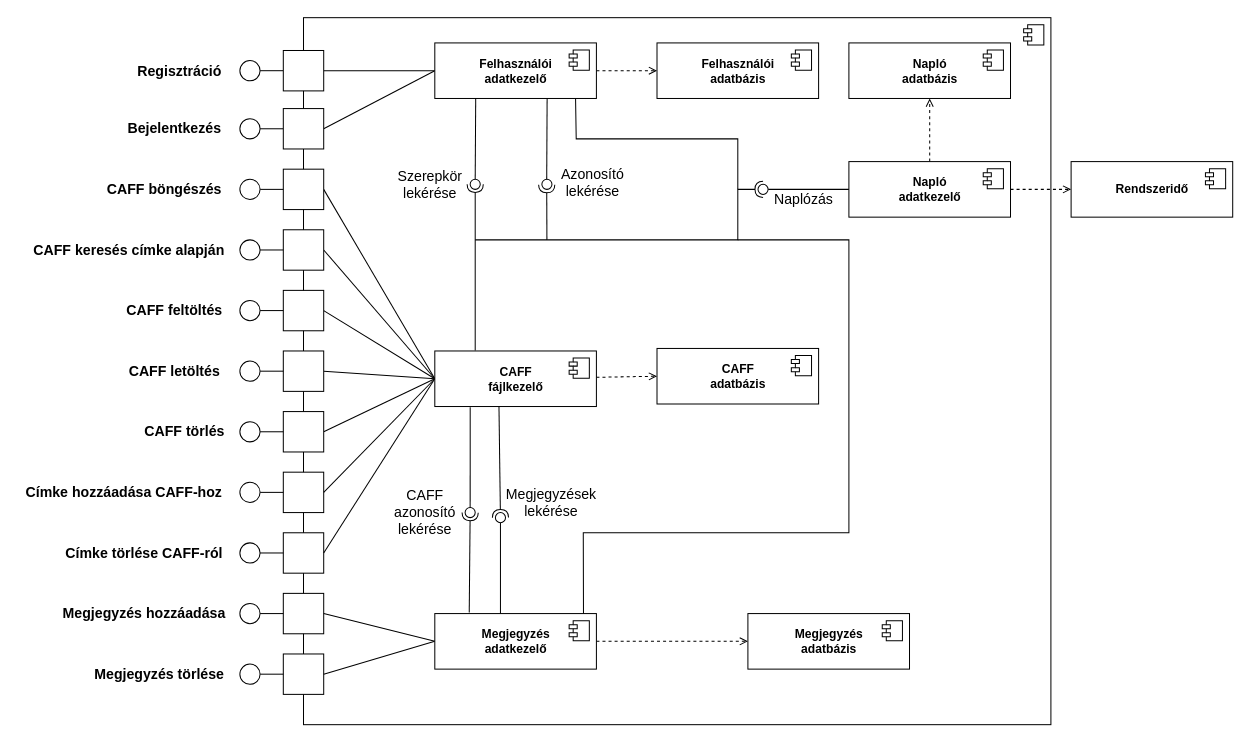
Above: doc/editable_files/component.drawio in amadehegedus/cool (draw.io), before the change. Source tidied: cells renumbered, new cells numbered last; positions are measured from the earlier drawing's top-left corner, leaving out a move shared by most shapes. Both pictures are drawn from the tidied source at 101%, with x=0, y=0 at pixel (17, 17).
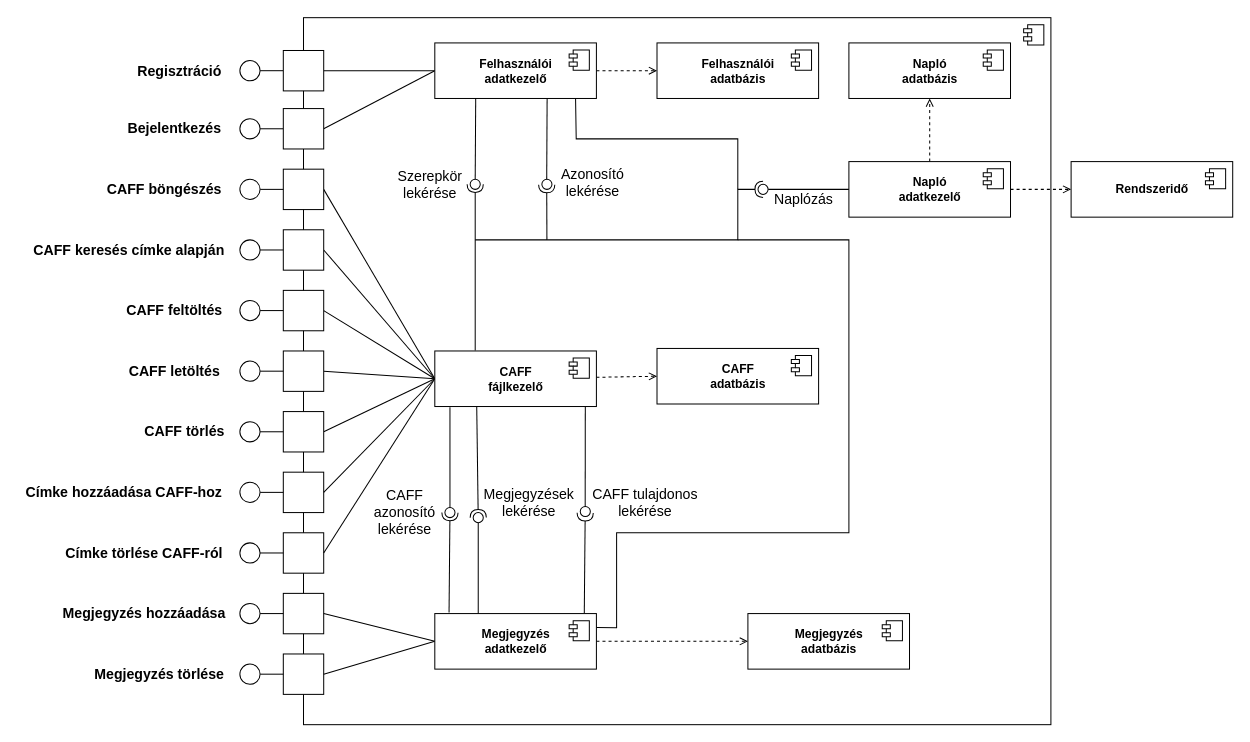
The same page after the edit.

Unchanged cells that the change refers to:
```xml
<mxCell id="75" value="&lt;b&gt;CAFF&lt;br&gt;fájlkezelő&lt;/b&gt;" style="html=1;" parent="1" vertex="1">
  <mxGeometry x="413" y="330" width="160" height="55" as="geometry" />
</mxCell>
<mxCell id="83" value="&lt;b&gt;Megjegyzés&lt;br&gt;adatkezelő&lt;/b&gt;" style="html=1;" parent="1" vertex="1">
  <mxGeometry x="413" y="590" width="160" height="55" as="geometry" />
</mxCell>
```

The edit, as a diff of the source:
```diff
@@
-    <mxCell id="82" style="edgeStyle=none;rounded=0;jettySize=auto;html=1;fontSize=14;endArrow=none;endFill=0;exitX=0.92;exitY=0.006;exitDx=0;exitDy=0;exitPerimeter=0;" parent="1" edge="1" source="83">
+    <mxCell id="82" style="edgeStyle=none;rounded=0;jettySize=auto;html=1;fontSize=14;endArrow=none;endFill=0;exitX=1;exitY=0.25;exitDx=0;exitDy=0;" parent="1" edge="1" source="83">
       <mxGeometry relative="1" as="geometry">
         <mxPoint x="713" y="220" as="targetPoint" />
         <Array as="points">
-          <mxPoint x="560" y="510" />
+          <mxPoint x="593" y="604" />
+          <mxPoint x="593" y="510" />
           <mxPoint x="823" y="510" />
           <mxPoint x="823" y="220" />
           <mxPoint x="713" y="220" />
         </Array>
       </mxGeometry>
     </mxCell>
@@
-    <mxCell id="96" style="rounded=0;jettySize=auto;html=1;endArrow=none;endFill=0;sketch=0;sourcePerimeterSpacing=0;targetPerimeterSpacing=0;fontSize=14;exitX=0.219;exitY=1.012;exitDx=0;exitDy=0;exitPerimeter=0;" parent="1" edge="1" source="75" target="98">
-      <mxGeometry relative="1" as="geometry" />
+    <mxCell id="96" style="rounded=0;orthogonalLoop=1;jettySize=auto;html=1;endArrow=none;endFill=0;sketch=0;sourcePerimeterSpacing=0;targetPerimeterSpacing=0;fontSize=14;exitX=0.219;exitY=1.012;exitDx=0;exitDy=0;exitPerimeter=0;" parent="1" edge="1">
+      <mxGeometry relative="1" as="geometry">
+        <mxPoint x="428" y="385.7" as="sourcePoint" />
+        <mxPoint x="428" y="485" as="targetPoint" />
+      </mxGeometry>
     </mxCell>
-    <mxCell id="97" style="rounded=0;jettySize=auto;html=1;endArrow=halfCircle;endFill=0;endSize=6;strokeWidth=1;sketch=0;fontSize=14;exitX=0.213;exitY=-0.018;exitDx=0;exitDy=0;exitPerimeter=0;" parent="1" edge="1" source="83">
+    <mxCell id="97" style="rounded=0;orthogonalLoop=1;jettySize=auto;html=1;endArrow=halfCircle;endFill=0;endSize=6;strokeWidth=1;sketch=0;fontSize=14;exitX=0.213;exitY=-0.018;exitDx=0;exitDy=0;exitPerimeter=0;" parent="1" edge="1">
       <mxGeometry relative="1" as="geometry">
-        <mxPoint x="448" y="490" as="targetPoint" />
+        <mxPoint x="427.1" y="589" as="sourcePoint" />
+        <mxPoint x="428" y="490" as="targetPoint" />
       </mxGeometry>
     </mxCell>
     <mxCell id="98" style="ellipse;whiteSpace=wrap;html=1;align=center;points=[];outlineConnect=0;sketch=0;fontSize=14;" parent="1" vertex="1">
-      <mxGeometry x="443" y="485" width="10" height="10" as="geometry" />
+      <mxGeometry x="423" y="485" width="10" height="10" as="geometry" />
     </mxCell>
     <mxCell id="99" value="CAFF&lt;br&gt;azonosító&lt;br&gt;lekérése" style="text;html=1;align=center;verticalAlign=middle;strokeColor=none;fillColor=none;fontSize=14;" parent="1" vertex="1">
-      <mxGeometry x="363" y="460" width="80" height="60" as="geometry" />
+      <mxGeometry x="343" y="460" width="80" height="60" as="geometry" />
     </mxCell>
-    <mxCell id="100" style="rounded=0;jettySize=auto;html=1;endArrow=none;endFill=0;sketch=0;sourcePerimeterSpacing=0;targetPerimeterSpacing=0;fontSize=14;" parent="1" edge="1" target="102">
+    <mxCell id="100" style="rounded=0;orthogonalLoop=1;jettySize=auto;html=1;endArrow=none;endFill=0;sketch=0;sourcePerimeterSpacing=0;targetPerimeterSpacing=0;fontSize=14;" parent="1" edge="1">
       <mxGeometry relative="1" as="geometry">
-        <mxPoint x="478" y="590" as="sourcePoint" />
+        <mxPoint x="456" y="590" as="sourcePoint" />
+        <mxPoint x="456" y="500" as="targetPoint" />
       </mxGeometry>
     </mxCell>
-    <mxCell id="101" style="rounded=0;jettySize=auto;html=1;endArrow=halfCircle;endFill=0;entryX=0.5;entryY=0.5;endSize=6;strokeWidth=1;sketch=0;fontSize=14;exitX=0.397;exitY=0.99;exitDx=0;exitDy=0;exitPerimeter=0;" parent="1" edge="1" source="75" target="102">
-      <mxGeometry relative="1" as="geometry" />
+    <mxCell id="101" style="rounded=0;orthogonalLoop=1;jettySize=auto;html=1;endArrow=halfCircle;endFill=0;entryX=0.5;entryY=0.5;endSize=6;strokeWidth=1;sketch=0;fontSize=14;exitX=0.397;exitY=0.99;exitDx=0;exitDy=0;exitPerimeter=0;" parent="1" edge="1">
+      <mxGeometry relative="1" as="geometry">
+        <mxPoint x="454.5" y="384.5" as="sourcePoint" />
+        <mxPoint x="456" y="495" as="targetPoint" />
+      </mxGeometry>
     </mxCell>
     <mxCell id="102" style="ellipse;whiteSpace=wrap;html=1;align=center;points=[];outlineConnect=0;sketch=0;fontSize=14;" parent="1" vertex="1">
-      <mxGeometry x="473" y="490" width="10" height="10" as="geometry" />
+      <mxGeometry x="451" y="490" width="10" height="10" as="geometry" />
     </mxCell>
     <mxCell id="103" value="Megjegyzések&lt;br&gt;lekérése" style="text;html=1;align=center;verticalAlign=middle;strokeColor=none;fillColor=none;fontSize=14;" parent="1" vertex="1">
-      <mxGeometry x="473" y="460" width="110" height="40" as="geometry" />
+      <mxGeometry x="451" y="460" width="110" height="40" as="geometry" />
     </mxCell>
@@
+    <mxCell id="106" value="CAFF tulajdonos&lt;br&gt;lekérése" style="text;html=1;align=center;verticalAlign=middle;strokeColor=none;fillColor=none;fontSize=14;" parent="1" vertex="1">
+      <mxGeometry x="561" y="460" width="120" height="40" as="geometry" />
+    </mxCell>
+    <mxCell id="107" style="rounded=0;orthogonalLoop=1;jettySize=auto;html=1;endArrow=none;endFill=0;sketch=0;sourcePerimeterSpacing=0;targetPerimeterSpacing=0;fontSize=14;exitX=0.219;exitY=1.012;exitDx=0;exitDy=0;exitPerimeter=0;" parent="1" edge="1">
+      <mxGeometry relative="1" as="geometry">
+        <mxPoint x="562" y="385" as="sourcePoint" />
+        <mxPoint x="561.9" y="484.3" as="targetPoint" />
+      </mxGeometry>
+    </mxCell>
+    <mxCell id="108" style="rounded=0;orthogonalLoop=1;jettySize=auto;html=1;endArrow=halfCircle;endFill=0;endSize=6;strokeWidth=1;sketch=0;fontSize=14;exitX=0.213;exitY=-0.018;exitDx=0;exitDy=0;exitPerimeter=0;" parent="1" edge="1">
+      <mxGeometry relative="1" as="geometry">
+        <mxPoint x="561" y="589.4" as="sourcePoint" />
+        <mxPoint x="561.9" y="490.3" as="targetPoint" />
+      </mxGeometry>
+    </mxCell>
+    <mxCell id="109" style="ellipse;whiteSpace=wrap;html=1;align=center;sketch=0;fontSize=14;" parent="1" vertex="1">
+      <mxGeometry x="557" y="484" width="10" height="10" as="geometry" />
+    </mxCell>
```
